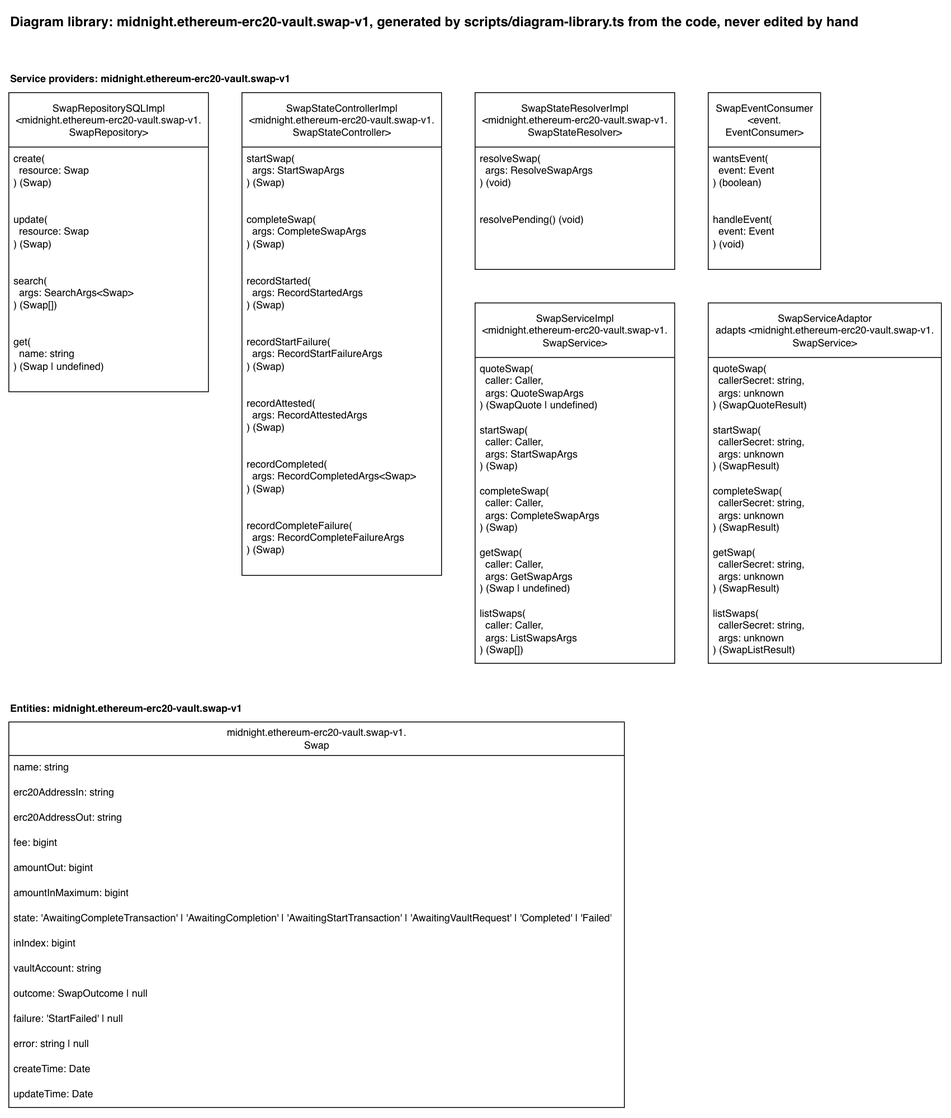
Above: docs/diagram-library/midnight/ethereum-erc20-vault/swap-v1/diagram-library.drawio.png in sig-net/full-stack-demo (draw.io), before the change. Source tidied: cells renumbered, new cells last; positions are measured from the earlier drawing's top-left corner, leaving out a move shared by most shapes.
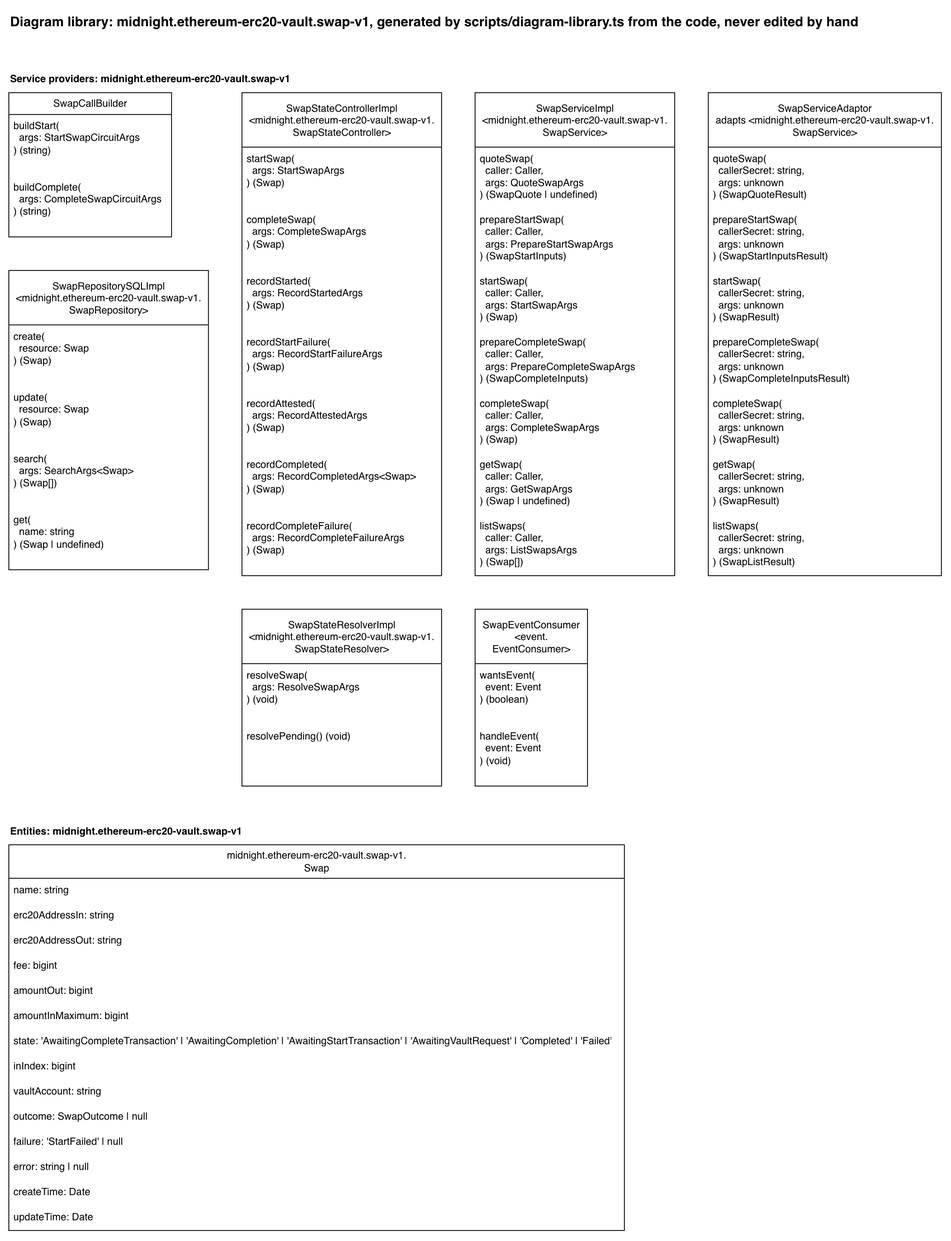
The same file after the commit.

What changed in the source:
```diff
@@ -8,8 +8,17 @@
     <mxCell id="3" value="Service providers: midnight.ethereum-erc20-vault.swap-v1" style="text;html=1;fontStyle=1;" parent="1" vertex="1">
       <mxGeometry y="70" width="362" height="20" as="geometry" />
     </mxCell>
+    <mxCell id="51" value="SwapCallBuilder" style="swimlane;fontStyle=0;horizontal=1;startSize=26;fillColor=default;html=1;fillStyle=solid;" parent="1" vertex="1">
+      <mxGeometry y="100" width="194" height="172" as="geometry" />
+    </mxCell>
+    <mxCell id="52" value="buildStart(&lt;br&gt;&amp;nbsp; args: StartSwapCircuitArgs&lt;br&gt;) (string)" style="text;strokeColor=none;fillColor=none;align=left;verticalAlign=top;spacingLeft=4;spacingRight=4;overflow=hidden;whiteSpace=wrap;html=1;" parent="51" vertex="1">
+      <mxGeometry y="26" width="194" height="73" as="geometry" />
+    </mxCell>
+    <mxCell id="53" value="buildComplete(&lt;br&gt;&amp;nbsp; args: CompleteSwapCircuitArgs&lt;br&gt;) (string)" style="text;strokeColor=none;fillColor=none;align=left;verticalAlign=top;spacingLeft=4;spacingRight=4;overflow=hidden;whiteSpace=wrap;html=1;" parent="51" vertex="1">
+      <mxGeometry y="99" width="194" height="73" as="geometry" />
+    </mxCell>
     <mxCell id="4" value="SwapRepositorySQLImpl&lt;br&gt;&amp;lt;midnight.ethereum-erc20-vault.swap-v1.&lt;br&gt;SwapRepository&amp;gt;" style="swimlane;fontStyle=0;horizontal=1;startSize=65;fillColor=default;html=1;fillStyle=solid;" parent="1" vertex="1">
-      <mxGeometry y="100" width="238" height="357" as="geometry" />
+      <mxGeometry y="312" width="238" height="357" as="geometry" />
     </mxCell>
     <mxCell id="5" value="create(&lt;br&gt;&amp;nbsp; resource: Swap&lt;br&gt;) (Swap)" style="text;strokeColor=none;fillColor=none;align=left;verticalAlign=top;spacingLeft=4;spacingRight=4;overflow=hidden;whiteSpace=wrap;html=1;" parent="4" vertex="1">
       <mxGeometry y="65" width="238" height="73" as="geometry" />
@@ -48,7 +57,7 @@
       <mxGeometry y="503" width="238" height="73" as="geometry" />
     </mxCell>
     <mxCell id="17" value="SwapStateResolverImpl&lt;br&gt;&amp;lt;midnight.ethereum-erc20-vault.swap-v1.&lt;br&gt;SwapStateResolver&amp;gt;" style="swimlane;fontStyle=0;horizontal=1;startSize=65;fillColor=default;html=1;fillStyle=solid;" parent="1" vertex="1">
-      <mxGeometry x="556" y="100" width="238" height="211" as="geometry" />
+      <mxGeometry x="278" y="716" width="238" height="211" as="geometry" />
     </mxCell>
     <mxCell id="18" value="resolveSwap(&lt;br&gt;&amp;nbsp; args: ResolveSwapArgs&lt;br&gt;) (void)" style="text;strokeColor=none;fillColor=none;align=left;verticalAlign=top;spacingLeft=4;spacingRight=4;overflow=hidden;whiteSpace=wrap;html=1;" parent="17" vertex="1">
       <mxGeometry y="65" width="238" height="73" as="geometry" />
@@ -57,25 +66,31 @@
       <mxGeometry y="138" width="238" height="73" as="geometry" />
     </mxCell>
     <mxCell id="20" value="SwapServiceImpl&lt;br&gt;&amp;lt;midnight.ethereum-erc20-vault.swap-v1.&lt;br&gt;SwapService&amp;gt;" style="swimlane;fontStyle=0;horizontal=1;startSize=65;fillColor=default;html=1;fillStyle=solid;" parent="1" vertex="1">
-      <mxGeometry x="556" y="351" width="238" height="430" as="geometry" />
+      <mxGeometry x="556" y="100" width="238" height="576" as="geometry" />
     </mxCell>
     <mxCell id="21" value="quoteSwap(&lt;br&gt;&amp;nbsp; caller: Caller,&lt;br&gt;&amp;nbsp; args: QuoteSwapArgs&lt;br&gt;) (SwapQuote | undefined)" style="text;strokeColor=none;fillColor=none;align=left;verticalAlign=top;spacingLeft=4;spacingRight=4;overflow=hidden;whiteSpace=wrap;html=1;" parent="20" vertex="1">
       <mxGeometry y="65" width="238" height="73" as="geometry" />
     </mxCell>
+    <mxCell id="54" value="prepareStartSwap(&lt;br&gt;&amp;nbsp; caller: Caller,&lt;br&gt;&amp;nbsp; args: PrepareStartSwapArgs&lt;br&gt;) (SwapStartInputs)" style="text;strokeColor=none;fillColor=none;align=left;verticalAlign=top;spacingLeft=4;spacingRight=4;overflow=hidden;whiteSpace=wrap;html=1;" parent="20" vertex="1">
+      <mxGeometry y="138" width="238" height="73" as="geometry" />
+    </mxCell>
     <mxCell id="22" value="startSwap(&lt;br&gt;&amp;nbsp; caller: Caller,&lt;br&gt;&amp;nbsp; args: StartSwapArgs&lt;br&gt;) (Swap)" style="text;strokeColor=none;fillColor=none;align=left;verticalAlign=top;spacingLeft=4;spacingRight=4;overflow=hidden;whiteSpace=wrap;html=1;" parent="20" vertex="1">
-      <mxGeometry y="138" width="238" height="73" as="geometry" />
+      <mxGeometry y="211" width="238" height="73" as="geometry" />
     </mxCell>
+    <mxCell id="55" value="prepareCompleteSwap(&lt;br&gt;&amp;nbsp; caller: Caller,&lt;br&gt;&amp;nbsp; args: PrepareCompleteSwapArgs&lt;br&gt;) (SwapCompleteInputs)" style="text;strokeColor=none;fillColor=none;align=left;verticalAlign=top;spacingLeft=4;spacingRight=4;overflow=hidden;whiteSpace=wrap;html=1;" parent="20" vertex="1">
+      <mxGeometry y="284" width="238" height="73" as="geometry" />
+    </mxCell>
     <mxCell id="23" value="completeSwap(&lt;br&gt;&amp;nbsp; caller: Caller,&lt;br&gt;&amp;nbsp; args: CompleteSwapArgs&lt;br&gt;) (Swap)" style="text;strokeColor=none;fillColor=none;align=left;verticalAlign=top;spacingLeft=4;spacingRight=4;overflow=hidden;whiteSpace=wrap;html=1;" parent="20" vertex="1">
-      <mxGeometry y="211" width="238" height="73" as="geometry" />
+      <mxGeometry y="357" width="238" height="73" as="geometry" />
     </mxCell>
     <mxCell id="24" value="getSwap(&lt;br&gt;&amp;nbsp; caller: Caller,&lt;br&gt;&amp;nbsp; args: GetSwapArgs&lt;br&gt;) (Swap | undefined)" style="text;strokeColor=none;fillColor=none;align=left;verticalAlign=top;spacingLeft=4;spacingRight=4;overflow=hidden;whiteSpace=wrap;html=1;" parent="20" vertex="1">
-      <mxGeometry y="284" width="238" height="73" as="geometry" />
+      <mxGeometry y="430" width="238" height="73" as="geometry" />
     </mxCell>
     <mxCell id="25" value="listSwaps(&lt;br&gt;&amp;nbsp; caller: Caller,&lt;br&gt;&amp;nbsp; args: ListSwapsArgs&lt;br&gt;) (Swap[])" style="text;strokeColor=none;fillColor=none;align=left;verticalAlign=top;spacingLeft=4;spacingRight=4;overflow=hidden;whiteSpace=wrap;html=1;" parent="20" vertex="1">
-      <mxGeometry y="357" width="238" height="73" as="geometry" />
+      <mxGeometry y="503" width="238" height="73" as="geometry" />
     </mxCell>
     <mxCell id="26" value="SwapEventConsumer&lt;br&gt;&amp;lt;event.&lt;br&gt;EventConsumer&amp;gt;" style="swimlane;fontStyle=0;horizontal=1;startSize=65;fillColor=default;html=1;fillStyle=solid;" parent="1" vertex="1">
-      <mxGeometry x="834" y="100" width="134" height="211" as="geometry" />
+      <mxGeometry x="556" y="716" width="134" height="211" as="geometry" />
     </mxCell>
     <mxCell id="27" value="wantsEvent(&lt;br&gt;&amp;nbsp; event: Event&lt;br&gt;) (boolean)" style="text;strokeColor=none;fillColor=none;align=left;verticalAlign=top;spacingLeft=4;spacingRight=4;overflow=hidden;whiteSpace=wrap;html=1;" parent="26" vertex="1">
       <mxGeometry y="65" width="134" height="73" as="geometry" />
@@ -84,28 +99,34 @@
       <mxGeometry y="138" width="134" height="73" as="geometry" />
     </mxCell>
     <mxCell id="29" value="SwapServiceAdaptor&lt;br&gt;adapts &amp;lt;midnight.ethereum-erc20-vault.swap-v1.&lt;br&gt;SwapService&amp;gt;" style="swimlane;fontStyle=0;horizontal=1;startSize=65;fillColor=default;html=1;fillStyle=solid;" parent="1" vertex="1">
-      <mxGeometry x="834" y="351" width="278" height="430" as="geometry" />
+      <mxGeometry x="834" y="100" width="278" height="576" as="geometry" />
     </mxCell>
     <mxCell id="30" value="quoteSwap(&lt;br&gt;&amp;nbsp; callerSecret: string,&lt;br&gt;&amp;nbsp; args: unknown&lt;br&gt;) (SwapQuoteResult)" style="text;strokeColor=none;fillColor=none;align=left;verticalAlign=top;spacingLeft=4;spacingRight=4;overflow=hidden;whiteSpace=wrap;html=1;" parent="29" vertex="1">
       <mxGeometry y="65" width="278" height="73" as="geometry" />
     </mxCell>
+    <mxCell id="56" value="prepareStartSwap(&lt;br&gt;&amp;nbsp; callerSecret: string,&lt;br&gt;&amp;nbsp; args: unknown&lt;br&gt;) (SwapStartInputsResult)" style="text;strokeColor=none;fillColor=none;align=left;verticalAlign=top;spacingLeft=4;spacingRight=4;overflow=hidden;whiteSpace=wrap;html=1;" parent="29" vertex="1">
+      <mxGeometry y="138" width="278" height="73" as="geometry" />
+    </mxCell>
     <mxCell id="31" value="startSwap(&lt;br&gt;&amp;nbsp; callerSecret: string,&lt;br&gt;&amp;nbsp; args: unknown&lt;br&gt;) (SwapResult)" style="text;strokeColor=none;fillColor=none;align=left;verticalAlign=top;spacingLeft=4;spacingRight=4;overflow=hidden;whiteSpace=wrap;html=1;" parent="29" vertex="1">
-      <mxGeometry y="138" width="278" height="73" as="geometry" />
+      <mxGeometry y="211" width="278" height="73" as="geometry" />
     </mxCell>
+    <mxCell id="57" value="prepareCompleteSwap(&lt;br&gt;&amp;nbsp; callerSecret: string,&lt;br&gt;&amp;nbsp; args: unknown&lt;br&gt;) (SwapCompleteInputsResult)" style="text;strokeColor=none;fillColor=none;align=left;verticalAlign=top;spacingLeft=4;spacingRight=4;overflow=hidden;whiteSpace=wrap;html=1;" parent="29" vertex="1">
+      <mxGeometry y="284" width="278" height="73" as="geometry" />
+    </mxCell>
     <mxCell id="32" value="completeSwap(&lt;br&gt;&amp;nbsp; callerSecret: string,&lt;br&gt;&amp;nbsp; args: unknown&lt;br&gt;) (SwapResult)" style="text;strokeColor=none;fillColor=none;align=left;verticalAlign=top;spacingLeft=4;spacingRight=4;overflow=hidden;whiteSpace=wrap;html=1;" parent="29" vertex="1">
-      <mxGeometry y="211" width="278" height="73" as="geometry" />
+      <mxGeometry y="357" width="278" height="73" as="geometry" />
     </mxCell>
     <mxCell id="33" value="getSwap(&lt;br&gt;&amp;nbsp; callerSecret: string,&lt;br&gt;&amp;nbsp; args: unknown&lt;br&gt;) (SwapResult)" style="text;strokeColor=none;fillColor=none;align=left;verticalAlign=top;spacingLeft=4;spacingRight=4;overflow=hidden;whiteSpace=wrap;html=1;" parent="29" vertex="1">
-      <mxGeometry y="284" width="278" height="73" as="geometry" />
+      <mxGeometry y="430" width="278" height="73" as="geometry" />
     </mxCell>
     <mxCell id="34" value="listSwaps(&lt;br&gt;&amp;nbsp; callerSecret: string,&lt;br&gt;&amp;nbsp; args: unknown&lt;br&gt;) (SwapListResult)" style="text;strokeColor=none;fillColor=none;align=left;verticalAlign=top;spacingLeft=4;spacingRight=4;overflow=hidden;whiteSpace=wrap;html=1;" parent="29" vertex="1">
-      <mxGeometry y="357" width="278" height="73" as="geometry" />
+      <mxGeometry y="503" width="278" height="73" as="geometry" />
     </mxCell>
     <mxCell id="35" value="Entities: midnight.ethereum-erc20-vault.swap-v1" style="text;html=1;fontStyle=1;" parent="1" vertex="1">
-      <mxGeometry y="821" width="303" height="20" as="geometry" />
+      <mxGeometry y="967" width="303" height="20" as="geometry" />
     </mxCell>
     <mxCell id="36" value="midnight.ethereum-erc20-vault.swap-v1.&lt;br&gt;Swap" style="swimlane;fontStyle=0;horizontal=1;startSize=40;fillColor=default;html=1;fillStyle=solid;" parent="1" vertex="1">
-      <mxGeometry y="851" width="734" height="460" as="geometry" />
+      <mxGeometry y="997" width="734" height="460" as="geometry" />
     </mxCell>
     <mxCell id="37" value="name: string" style="text;strokeColor=none;fillColor=none;align=left;verticalAlign=top;spacingLeft=4;spacingRight=4;overflow=hidden;whiteSpace=wrap;html=1;" parent="36" vertex="1">
       <mxGeometry y="40" width="734" height="30" as="geometry" />
```
